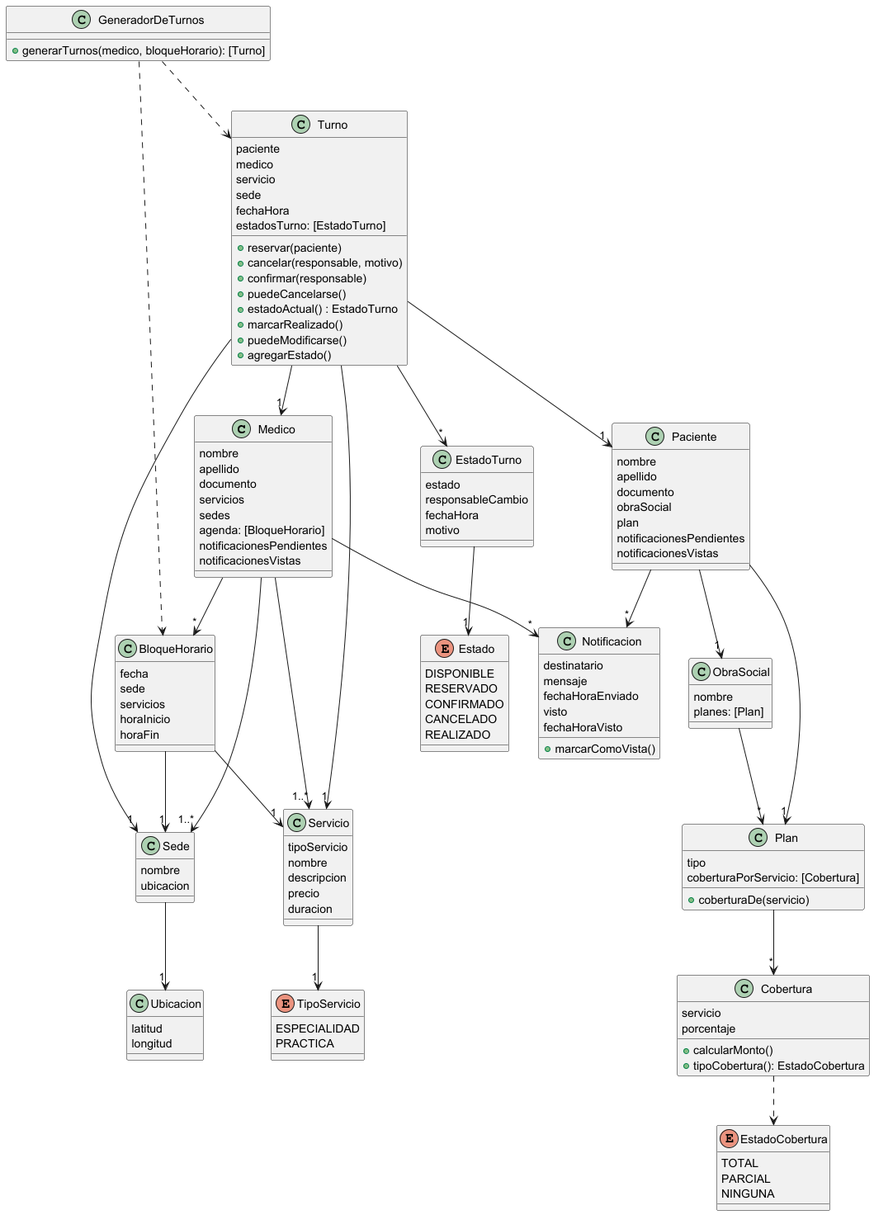
Above: docs/diag-clases-tp.png in tinogera/Sweet-Medical (PlantUML), before the change.
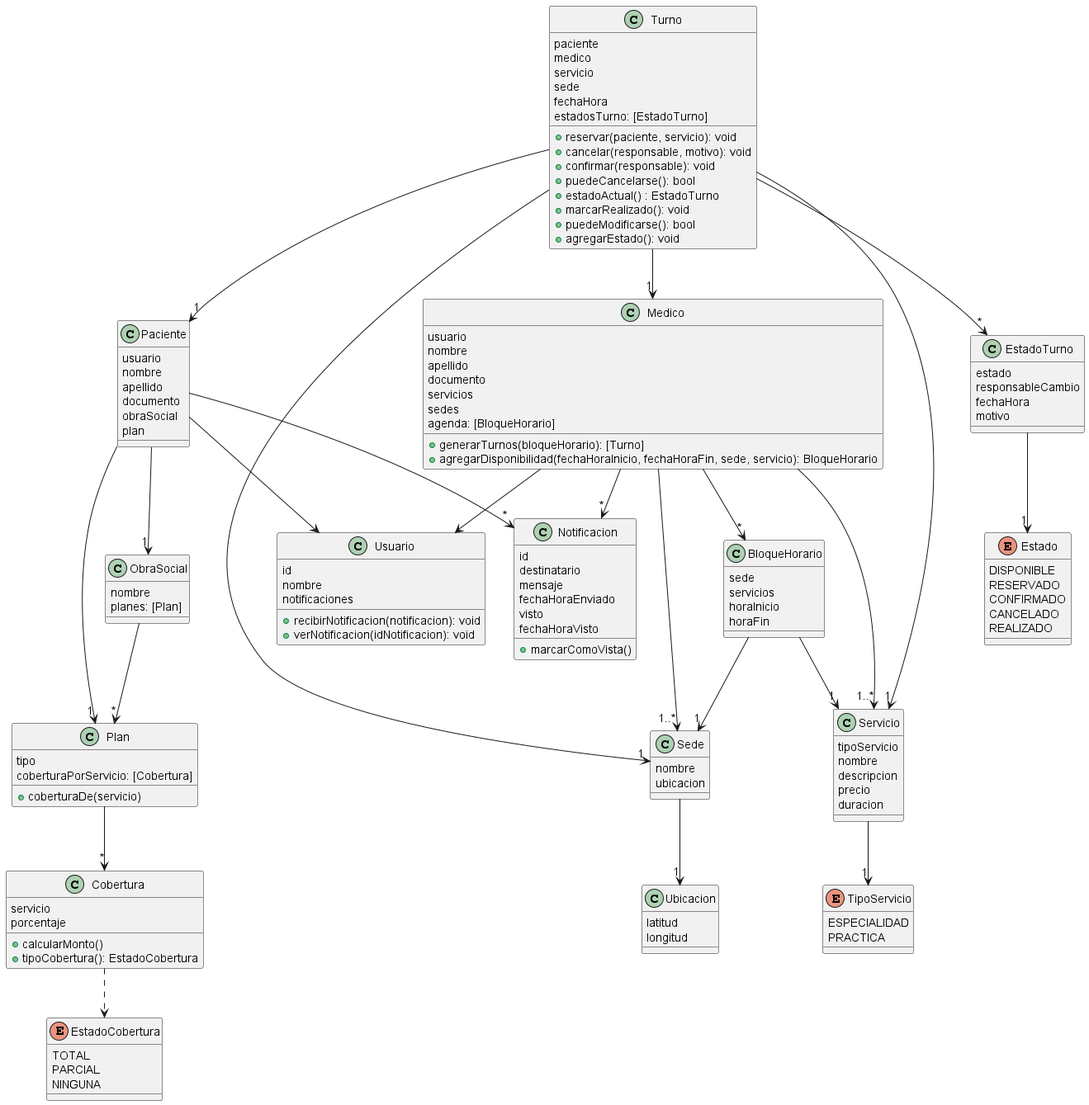
Later version of the same file.

Commit message:
Actualizo diagrama de clases

The edit, as a diff of the source:
```diff
@@ -1,5 +1,6 @@
 @startuml
 
+Medico --> Usuario
 Medico --> "*" BloqueHorario
 Medico --> "1..*" Servicio
 Medico --> "1..*" Sede
@@ -12,6 +13,7 @@
 
 Sede --> "1" Ubicacion
 
+Paciente --> Usuario
 Paciente --> "1" ObraSocial
 Paciente --> "1" Plan
 Paciente --> "*" Notificacion
@@ -30,18 +32,26 @@
 
 EstadoTurno --> "1" Estado
 
-GeneradorDeTurnos ..> Turno
-GeneradorDeTurnos ..> BloqueHorario
+class Usuario {
+    id
+    nombre
+    notificaciones
+
+    + recibirNotificacion(notificacion): void
+    + verNotificacion(idNotificacion): void
+}
 
 class Medico {
+    usuario
     nombre
     apellido
     documento
     servicios
     sedes
     agenda: [BloqueHorario]
-    notificacionesPendientes
-    notificacionesVistas
+
+    + generarTurnos(bloqueHorario): [Turno]
+    + agregarDisponibilidad(fechaHoraInicio, fechaHoraFin, sede, servicio): BloqueHorario
 }
 
 class Servicio {
@@ -58,7 +68,6 @@
 }
 
 class BloqueHorario {
-    fecha
     sede
     servicios
     horaInicio
@@ -76,13 +85,12 @@
 }
 
 class Paciente {
+    usuario
     nombre
     apellido
     documento
     obraSocial
     plan
-    notificacionesPendientes
-    notificacionesVistas
 }
 
 class ObraSocial {
@@ -119,14 +127,14 @@
     fechaHora
     estadosTurno: [EstadoTurno]
 
-    + reservar(paciente)
-    + cancelar(responsable, motivo)
-    + confirmar(responsable)
-    + puedeCancelarse()
+    + reservar(paciente, servicio): void
+    + cancelar(responsable, motivo): void
+    + confirmar(responsable): void
+    + puedeCancelarse(): bool
     + estadoActual() : EstadoTurno
-    + marcarRealizado()
-    + puedeModificarse()
-    + agregarEstado()
+    + marcarRealizado(): void
+    + puedeModificarse(): bool
+    + agregarEstado(): void
 }
 
 class EstadoTurno {
@@ -145,6 +153,7 @@
 }
 
 class Notificacion {
+    id
     destinatario
     mensaje
     fechaHoraEnviado
@@ -154,8 +163,4 @@
     + marcarComoVista()
 }
 
-class GeneradorDeTurnos {
-    + generarTurnos(medico, bloqueHorario): [Turno]
-}
-
 @enduml
```
